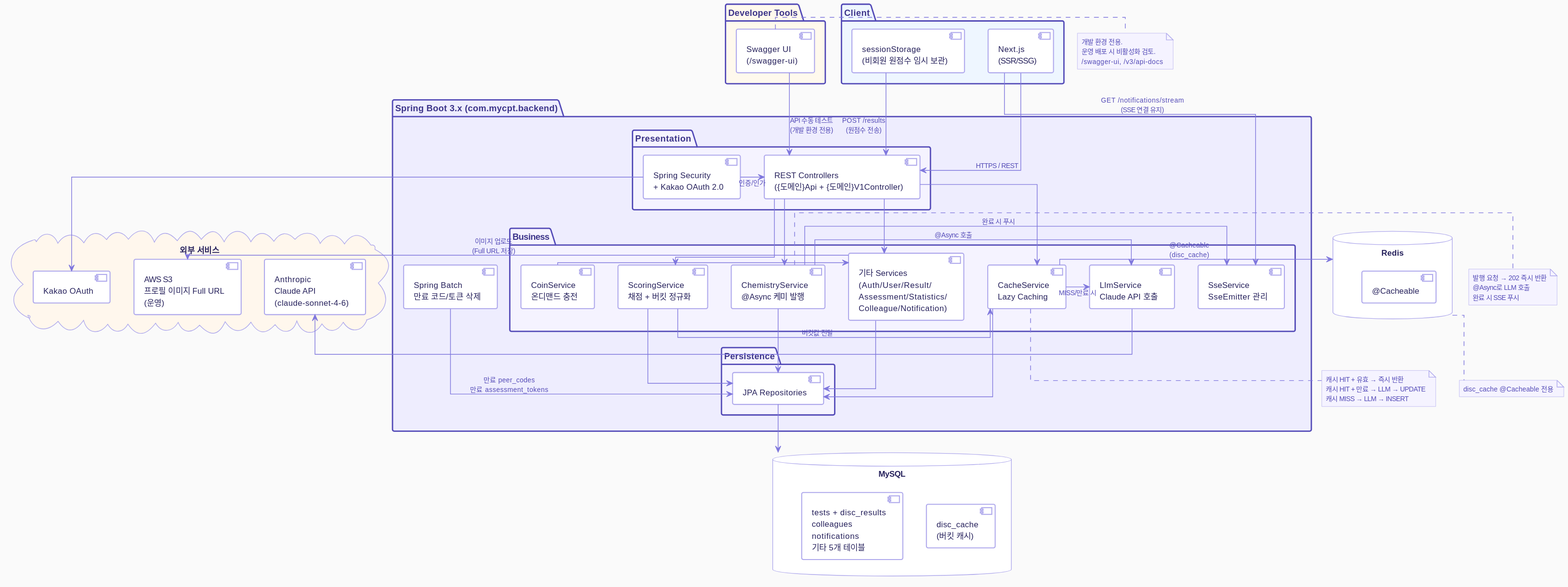
Above: docs/images/MyCPT_Architecture.svg in Yush1nk1m/MyCPT (PlantUML), before the change.
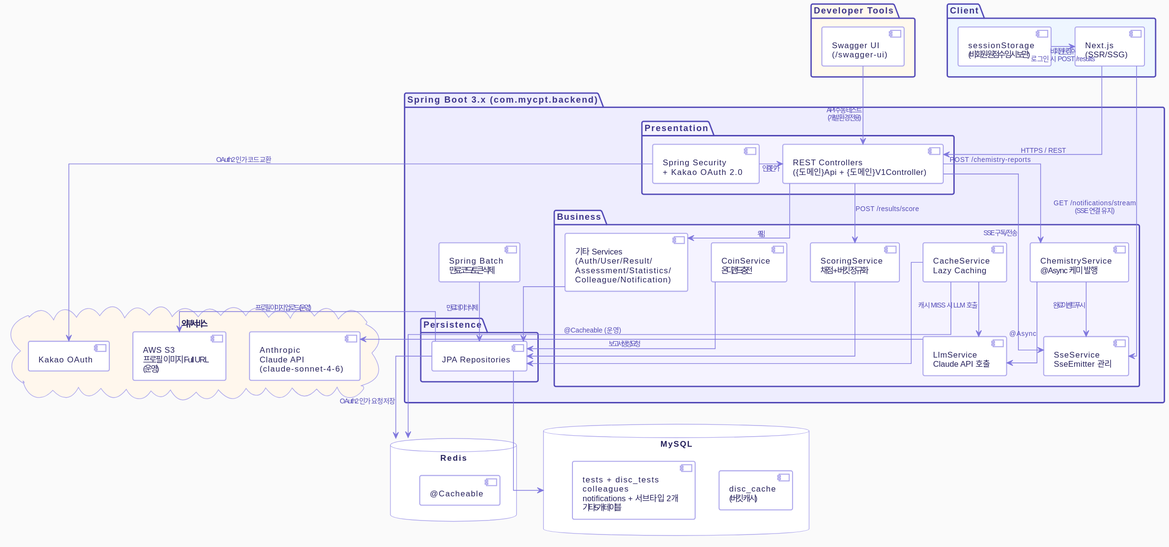
The same diagram one commit later.

The edit, as a diff of the source:
```diff
@@ -80,7 +80,7 @@
 
 database "MySQL" as MySQL {
   [disc_cache\n(버킷 캐시)] as DiscCache
-  [tests + disc_results\ncolleagues\nnotifications\n기타 5개 테이블] as OtherTables
+  [tests + disc_tests\ncolleagues\nnotifications + 서브타입 2개\n기타 5개 테이블] as OtherTables
 }
 
 database "Redis" as Redis {
@@ -97,55 +97,28 @@
 
 NextJS   -down-> Controllers : HTTPS / REST
 NextJS   -down-> Sse         : GET /notifications/stream\n(SSE 연결 유지)
-Session  -down-> Controllers : POST /results\n(원점수 전송)
+Session  -right-> NextJS     : 비회원 원점수\n로그인 시 POST /results
 
 Security -right-> Controllers : 인증/인가
+Controllers -down-> OtherServices : 위임
+Controllers -down-> Scoring    : POST /results/score
+Controllers -down-> Chemistry  : POST /chemistry-reports
+Controllers -down-> Sse        : SSE 구독/전송
 
-Controllers -down-> Scoring
-Controllers -down-> Cache
-Controllers -down-> Chemistry
-Controllers -down-> OtherServices
-
-Scoring     -right-> Cache       : 버킷값 전달
-Cache       -right-> Llm         : MISS/만료 시
-Chemistry   -right-> Llm         : @Async 호출
-Chemistry   -right-> Sse         : 완료 시 푸시
-Coin        -right-> OtherServices
-
-Scoring         -down-> Repos
-Cache           -down-> Repos
-OtherServices   -down-> Repos
-Chemistry       -down-> Repos
+Scoring    -down-> Repos
+Cache      -down-> Repos
+Cache      -down-> Llm        : 캐시 MISS 시 LLM 호출
+Chemistry  -down-> Llm        : @Async
+Chemistry  -down-> Sse        : 완료 이벤트 푸시
+OtherServices -down-> Repos
+Coin       -down-> Repos
+Batch      -down-> Repos      : 만료 데이터 삭제
 
 Repos -down-> MySQL
+Cache -down-> Redis            : @Cacheable (운영)
+Repos -down-> Redis            : OAuth2 인가 요청 저장
 
-Cache         -right-> Redis : @Cacheable\n(disc_cache)
-
-Llm           -right-> ClaudeAPI
-Security      -down->  Kakao
-OtherServices -right-> S3    : 이미지 업로드\n(Full URL 저장)
-
-Batch -down-> Repos : 만료 peer_codes\n만료 assessment_tokens
-
-note bottom of Cache
-  캐시 HIT + 유효 → 즉시 반환
-  캐시 HIT + 만료 → LLM → UPDATE
-  캐시 MISS → LLM → INSERT
-end note
-
-note right of Chemistry
-  발행 요청 → 202 즉시 반환
-  @Async로 LLM 호출
-  완료 시 SSE 푸시
-end note
-
-note bottom of Redis
-  disc_cache @Cacheable 전용
-end note
-
-note right of Swagger
-  개발 환경 전용.
-  운영 배포 시 비활성화 검토.
-  /swagger-ui, /v3/api-docs
-end note
+Security  -right-> Kakao       : OAuth2 인가 코드 교환
+Llm       -right-> ClaudeAPI   : 보고서 생성 요청
+Repos     -right-> S3          : 프로필 이미지 업로드 (운영)
 @enduml
```
